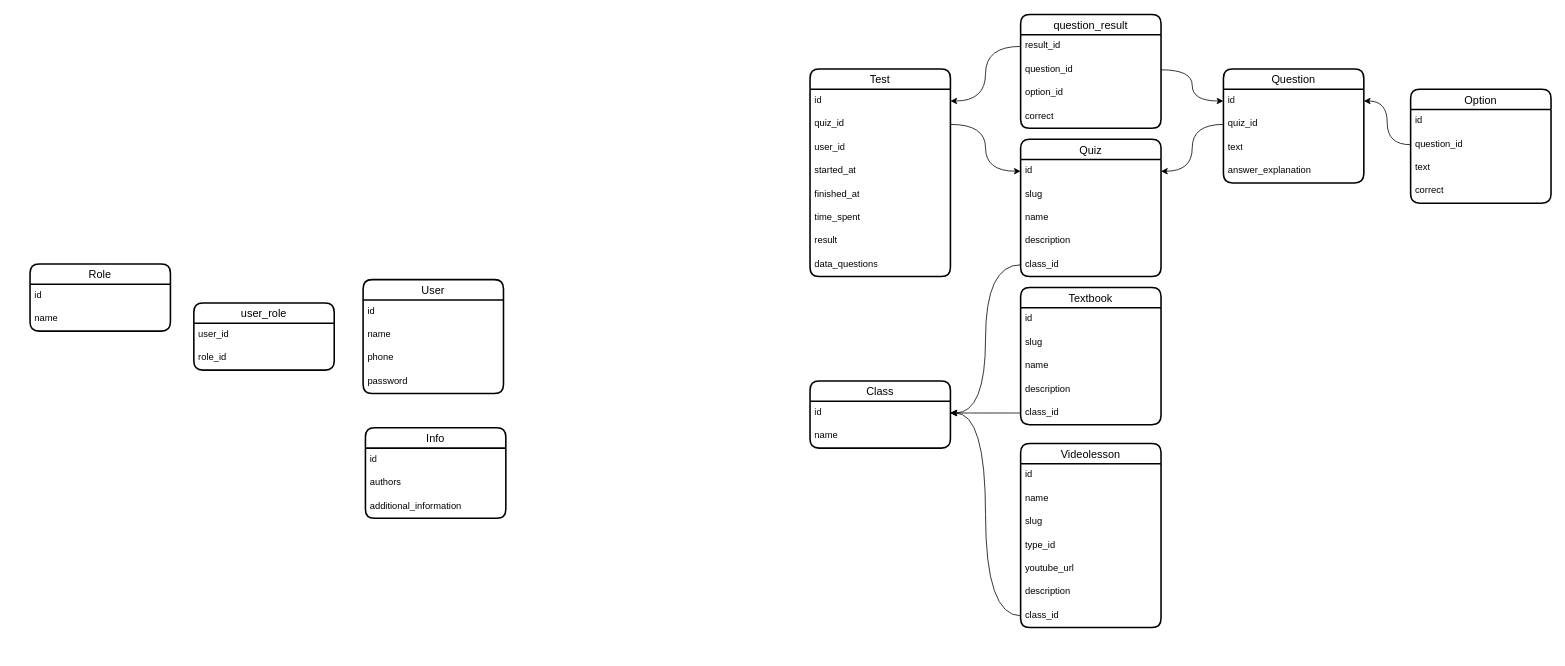
This is karsoft-learn-platform.drawio from iztileuoff/databases, a draw.io file, before an edit. Source tidied: cells renumbered, new cells numbered last; positions are measured from the earlier drawing's top-left corner, leaving out a move shared by most shapes. Both pictures are drawn from the tidied source at 78%, with x=0, y=0 at pixel (30, 14).
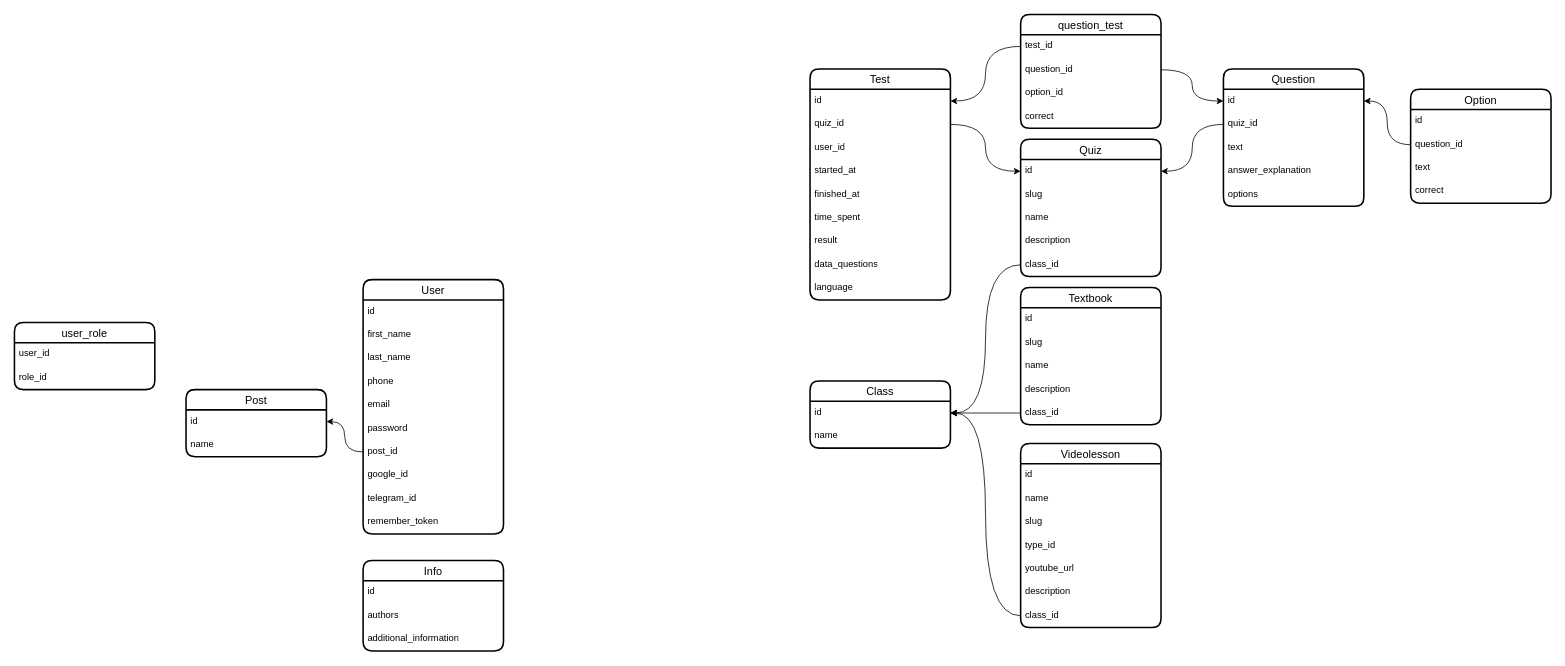
After the change.

The change refers to these unchanged cells:
```xml
<mxCell id="8" value="id" style="text;strokeColor=none;fillColor=none;spacingLeft=4;spacingRight=4;overflow=hidden;points=[[0,0.5],[1,0.5]];portConstraint=eastwest;fontSize=12;whiteSpace=wrap;html=1;" parent="7" vertex="1">
  <mxGeometry y="26" width="180" height="30" as="geometry" />
</mxCell>
```

What changed in the source:
```diff
@@
     <mxCell id="2" value="User" style="swimlane;fontStyle=0;horizontal=1;startSize=26;align=center;fontSize=14;strokeWidth=2;rounded=1;shadow=0;glass=0;swimlaneLine=1;labelBackgroundColor=none;labelBorderColor=none;textShadow=0;" parent="1" vertex="1">
-      <mxGeometry x="427" y="340" width="180" height="146" as="geometry" />
+      <mxGeometry x="427" y="340" width="180" height="326" as="geometry" />
     </mxCell>
@@
-    <mxCell id="4" value="name" style="text;strokeColor=none;fillColor=none;spacingLeft=4;spacingRight=4;overflow=hidden;fontSize=12;whiteSpace=wrap;html=1;" parent="2" vertex="1">
+    <mxCell id="4" value="first_name" style="text;strokeColor=none;fillColor=none;spacingLeft=4;spacingRight=4;overflow=hidden;fontSize=12;whiteSpace=wrap;html=1;" parent="2" vertex="1">
       <mxGeometry y="56" width="180" height="30" as="geometry" />
     </mxCell>
+    <mxCell id="72" value="last_name" style="text;strokeColor=none;fillColor=none;spacingLeft=4;spacingRight=4;overflow=hidden;fontSize=12;whiteSpace=wrap;html=1;" parent="2" vertex="1">
+      <mxGeometry y="86" width="180" height="30" as="geometry" />
+    </mxCell>
     <mxCell id="5" value="phone" style="text;strokeColor=none;fillColor=none;spacingLeft=4;spacingRight=4;overflow=hidden;fontSize=12;whiteSpace=wrap;html=1;" parent="2" vertex="1">
-      <mxGeometry y="86" width="180" height="30" as="geometry" />
+      <mxGeometry y="116" width="180" height="30" as="geometry" />
     </mxCell>
+    <mxCell id="73" value="email" style="text;strokeColor=none;fillColor=none;spacingLeft=4;spacingRight=4;overflow=hidden;fontSize=12;whiteSpace=wrap;html=1;" parent="2" vertex="1">
+      <mxGeometry y="146" width="180" height="30" as="geometry" />
+    </mxCell>
     <mxCell id="6" value="password" style="text;strokeColor=none;fillColor=none;spacingLeft=4;spacingRight=4;overflow=hidden;fontSize=12;whiteSpace=wrap;html=1;" parent="2" vertex="1">
-      <mxGeometry y="116" width="180" height="30" as="geometry" />
+      <mxGeometry y="176" width="180" height="30" as="geometry" />
     </mxCell>
+    <mxCell id="74" value="post_id" style="text;strokeColor=none;fillColor=none;spacingLeft=4;spacingRight=4;overflow=hidden;points=[[0,0.5],[1,0.5]];portConstraint=eastwest;fontSize=12;whiteSpace=wrap;html=1;" parent="2" vertex="1">
+      <mxGeometry y="206" width="180" height="30" as="geometry" />
+    </mxCell>
+    <mxCell id="75" value="google_id" style="text;strokeColor=none;fillColor=none;spacingLeft=4;spacingRight=4;overflow=hidden;fontSize=12;whiteSpace=wrap;html=1;" parent="2" vertex="1">
+      <mxGeometry y="236" width="180" height="30" as="geometry" />
+    </mxCell>
+    <mxCell id="76" value="telegram_id" style="text;strokeColor=none;fillColor=none;spacingLeft=4;spacingRight=4;overflow=hidden;fontSize=12;whiteSpace=wrap;html=1;" parent="2" vertex="1">
+      <mxGeometry y="266" width="180" height="30" as="geometry" />
+    </mxCell>
+    <mxCell id="77" value="remember_token" style="text;strokeColor=none;fillColor=none;spacingLeft=4;spacingRight=4;overflow=hidden;fontSize=12;whiteSpace=wrap;html=1;" parent="2" vertex="1">
+      <mxGeometry y="296" width="180" height="30" as="geometry" />
+    </mxCell>
-    <mxCell id="7" value="Role" style="swimlane;fontStyle=0;horizontal=1;startSize=26;align=center;fontSize=14;strokeWidth=2;rounded=1;shadow=0;glass=0;swimlaneLine=1;labelBackgroundColor=none;labelBorderColor=none;textShadow=0;" parent="1" vertex="1">
-      <mxGeometry y="320" width="180" height="86" as="geometry" />
+    <mxCell id="7" value="Post" style="swimlane;fontStyle=0;horizontal=1;startSize=26;align=center;fontSize=14;strokeWidth=2;rounded=1;shadow=0;glass=0;swimlaneLine=1;labelBackgroundColor=none;labelBorderColor=none;textShadow=0;" parent="1" vertex="1">
+      <mxGeometry x="200" y="481" width="180" height="86" as="geometry" />
     </mxCell>
@@
     <mxCell id="10" value="user_role" style="swimlane;fontStyle=0;horizontal=1;startSize=26;align=center;fontSize=14;strokeWidth=2;rounded=1;shadow=0;glass=0;swimlaneLine=1;labelBackgroundColor=none;labelBorderColor=none;textShadow=0;" parent="1" vertex="1">
-      <mxGeometry x="210" y="370" width="180" height="86" as="geometry" />
+      <mxGeometry x="-20" y="395" width="180" height="86" as="geometry" />
     </mxCell>
@@
     <mxCell id="19" value="Question" style="swimlane;fontStyle=0;horizontal=1;startSize=26;align=center;fontSize=14;strokeWidth=2;rounded=1;shadow=0;glass=0;swimlaneLine=1;labelBackgroundColor=none;labelBorderColor=none;textShadow=0;" parent="1" vertex="1">
-      <mxGeometry x="1530" y="70" width="180" height="146" as="geometry" />
+      <mxGeometry x="1530" y="70" width="180" height="176" as="geometry" />
     </mxCell>
@@
+    <mxCell id="78" value="options" style="text;strokeColor=none;fillColor=none;spacingLeft=4;spacingRight=4;overflow=hidden;fontSize=12;whiteSpace=wrap;html=1;" parent="19" vertex="1">
+      <mxGeometry y="146" width="180" height="30" as="geometry" />
+    </mxCell>
@@
     <mxCell id="31" value="Test" style="swimlane;fontStyle=0;horizontal=1;startSize=26;align=center;fontSize=14;strokeWidth=2;rounded=1;shadow=0;glass=0;swimlaneLine=1;labelBackgroundColor=none;labelBorderColor=none;textShadow=0;" parent="1" vertex="1">
-      <mxGeometry x="1000" y="70" width="180" height="266" as="geometry" />
+      <mxGeometry x="1000" y="70" width="180" height="296" as="geometry" />
     </mxCell>
@@
+    <mxCell id="79" value="language" style="text;strokeColor=none;fillColor=none;spacingLeft=4;spacingRight=4;overflow=hidden;fontSize=12;whiteSpace=wrap;html=1;" parent="31" vertex="1">
+      <mxGeometry y="266" width="180" height="30" as="geometry" />
+    </mxCell>
-    <mxCell id="40" value="question_result" style="swimlane;fontStyle=0;horizontal=1;startSize=26;align=center;fontSize=14;strokeWidth=2;rounded=1;shadow=0;glass=0;swimlaneLine=1;labelBackgroundColor=none;labelBorderColor=none;textShadow=0;" parent="1" vertex="1">
+    <mxCell id="40" value="question_test" style="swimlane;fontStyle=0;horizontal=1;startSize=26;align=center;fontSize=14;strokeWidth=2;rounded=1;shadow=0;glass=0;swimlaneLine=1;labelBackgroundColor=none;labelBorderColor=none;textShadow=0;" parent="1" vertex="1">
       <mxGeometry x="1270" width="180" height="146" as="geometry" />
     </mxCell>
-    <mxCell id="41" value="result_id" style="text;strokeColor=none;fillColor=none;spacingLeft=4;spacingRight=4;overflow=hidden;points=[[0,0.5],[1,0.5]];portConstraint=eastwest;fontSize=12;whiteSpace=wrap;html=1;" parent="40" vertex="1">
+    <mxCell id="41" value="test_id" style="text;strokeColor=none;fillColor=none;spacingLeft=4;spacingRight=4;overflow=hidden;points=[[0,0.5],[1,0.5]];portConstraint=eastwest;fontSize=12;whiteSpace=wrap;html=1;" parent="40" vertex="1">
       <mxGeometry y="26" width="180" height="30" as="geometry" />
     </mxCell>
@@
     <mxCell id="62" value="Info" style="swimlane;fontStyle=0;horizontal=1;startSize=26;align=center;fontSize=14;strokeWidth=2;rounded=1;shadow=0;glass=0;swimlaneLine=1;labelBackgroundColor=none;labelBorderColor=none;textShadow=0;" parent="1" vertex="1">
-      <mxGeometry x="430" y="530" width="180" height="116" as="geometry" />
+      <mxGeometry x="427" y="700" width="180" height="116" as="geometry" />
     </mxCell>
@@
+    <mxCell id="80" style="edgeStyle=orthogonalEdgeStyle;rounded=0;jettySize=auto;html=1;entryX=1;entryY=0.5;entryDx=0;entryDy=0;curved=1;" parent="1" edge="1" source="74" target="8">
+      <mxGeometry relative="1" as="geometry" />
+    </mxCell>
```
